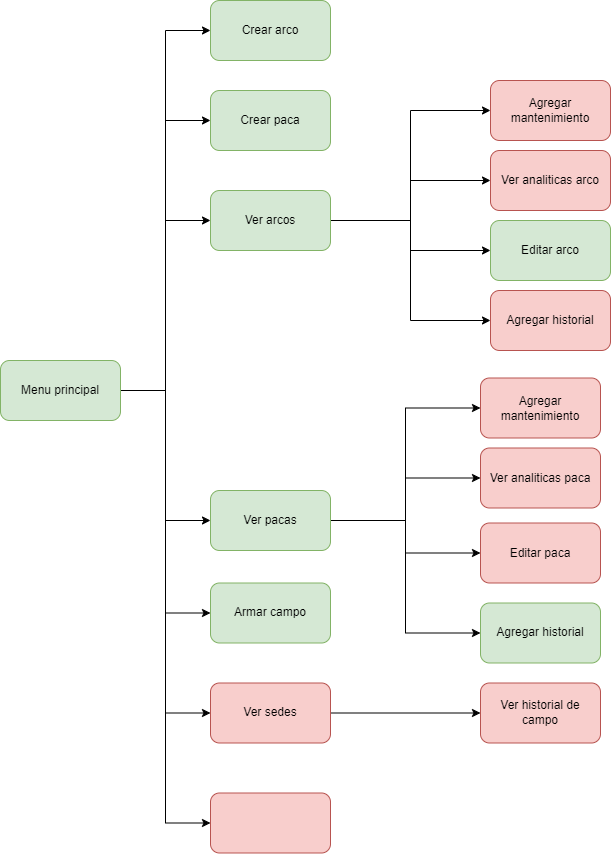
JuanDiegoEcheverryP/Ullises-web keeps this draw.io diagram as dist/ullises-web/assets/pantallas.png. Above is the earlier version. Source tidied: cells renumbered, new cells last; positions are measured from the earlier drawing's top-left corner, leaving out a move shared by most shapes.
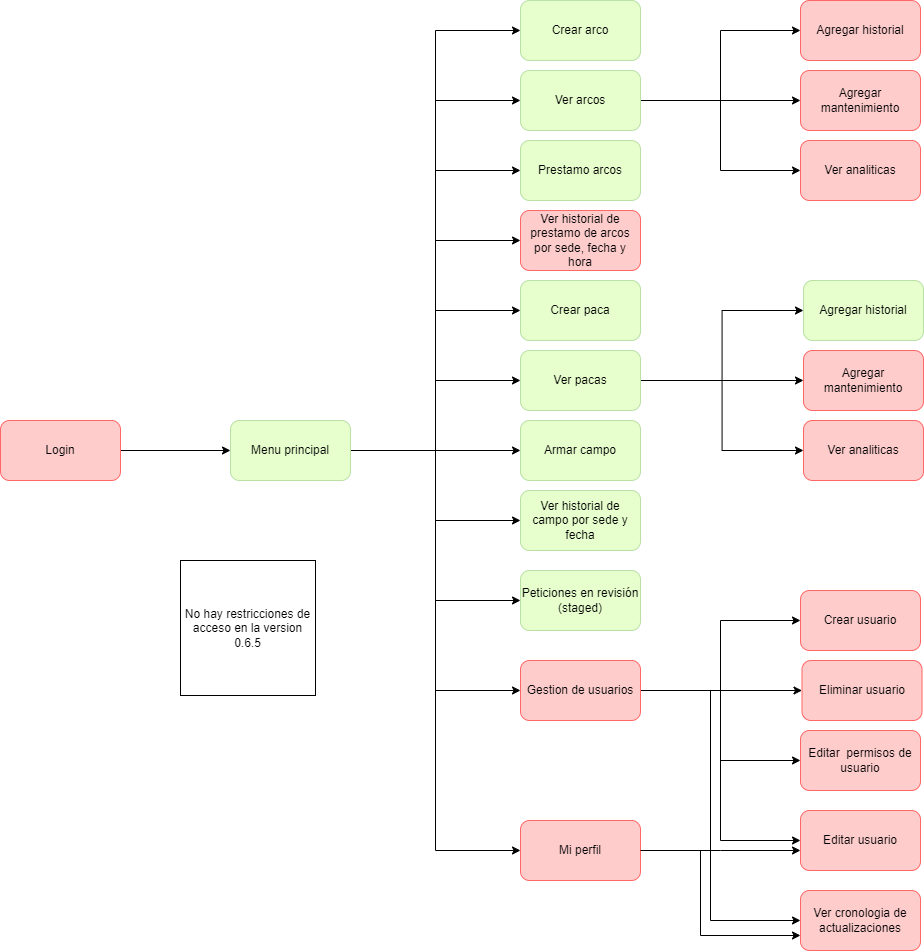
After the change.

Diff of the diagram source:
```diff
@@ -2,104 +2,167 @@
   <root>
     <mxCell id="0" />
     <mxCell id="1" parent="0" />
+    <mxCell id="35" style="edgeStyle=orthogonalEdgeStyle;rounded=0;jettySize=auto;html=1;entryX=0;entryY=0.5;entryDx=0;entryDy=0;" parent="1" edge="1" source="36" target="9">
+      <mxGeometry relative="1" as="geometry" />
+    </mxCell>
+    <mxCell id="36" value="Login" style="rounded=1;whiteSpace=wrap;html=1;fillColor=#FFCCCC;strokeColor=#FF6666;" parent="1" vertex="1">
+      <mxGeometry x="180" y="600" width="120" height="60" as="geometry" />
+    </mxCell>
     <mxCell id="2" style="edgeStyle=orthogonalEdgeStyle;rounded=0;jettySize=auto;html=1;entryX=0;entryY=0.5;entryDx=0;entryDy=0;" parent="1" edge="1" source="9" target="10">
       <mxGeometry relative="1" as="geometry" />
     </mxCell>
     <mxCell id="3" style="edgeStyle=orthogonalEdgeStyle;rounded=0;jettySize=auto;html=1;entryX=0;entryY=0.5;entryDx=0;entryDy=0;" parent="1" edge="1" source="9" target="15">
       <mxGeometry relative="1" as="geometry" />
     </mxCell>
+    <mxCell id="37" style="edgeStyle=orthogonalEdgeStyle;rounded=0;jettySize=auto;html=1;entryX=0;entryY=0.5;entryDx=0;entryDy=0;" parent="1" edge="1" source="9" target="43">
+      <mxGeometry relative="1" as="geometry" />
+    </mxCell>
+    <mxCell id="5" style="edgeStyle=orthogonalEdgeStyle;rounded=0;jettySize=auto;html=1;entryX=0;entryY=0.5;entryDx=0;entryDy=0;" parent="1" edge="1" source="9" target="17">
+      <mxGeometry relative="1" as="geometry" />
+    </mxCell>
     <mxCell id="4" style="edgeStyle=orthogonalEdgeStyle;rounded=0;jettySize=auto;html=1;entryX=0;entryY=0.5;entryDx=0;entryDy=0;" parent="1" edge="1" source="9" target="22">
       <mxGeometry relative="1" as="geometry" />
     </mxCell>
-    <mxCell id="5" style="edgeStyle=orthogonalEdgeStyle;rounded=0;jettySize=auto;html=1;entryX=0;entryY=0.5;entryDx=0;entryDy=0;" parent="1" edge="1" source="9" target="17">
-      <mxGeometry relative="1" as="geometry" />
-    </mxCell>
     <mxCell id="6" style="edgeStyle=orthogonalEdgeStyle;rounded=0;jettySize=auto;html=1;entryX=0;entryY=0.5;entryDx=0;entryDy=0;" parent="1" edge="1" source="9" target="23">
       <mxGeometry relative="1" as="geometry" />
     </mxCell>
-    <mxCell id="7" style="edgeStyle=orthogonalEdgeStyle;rounded=0;jettySize=auto;html=1;entryX=0;entryY=0.5;entryDx=0;entryDy=0;" parent="1" edge="1" source="9" target="28">
-      <mxGeometry relative="1" as="geometry" />
-    </mxCell>
-    <mxCell id="8" style="edgeStyle=orthogonalEdgeStyle;rounded=0;jettySize=auto;html=1;entryX=0;entryY=0.5;entryDx=0;entryDy=0;" parent="1" edge="1" source="9" target="33">
-      <mxGeometry relative="1" as="geometry" />
-    </mxCell>
+    <mxCell id="38" style="edgeStyle=orthogonalEdgeStyle;rounded=0;jettySize=auto;html=1;entryX=0;entryY=0.5;entryDx=0;entryDy=0;" parent="1" edge="1" source="9" target="50">
+      <mxGeometry relative="1" as="geometry" />
+    </mxCell>
+    <mxCell id="39" style="edgeStyle=orthogonalEdgeStyle;rounded=0;jettySize=auto;html=1;entryX=0;entryY=0.5;entryDx=0;entryDy=0;" parent="1" edge="1" source="9" target="51">
+      <mxGeometry relative="1" as="geometry" />
+    </mxCell>
+    <mxCell id="40" style="edgeStyle=orthogonalEdgeStyle;rounded=0;jettySize=auto;html=1;entryX=0;entryY=0.5;entryDx=0;entryDy=0;" parent="1" edge="1" source="9" target="63">
+      <mxGeometry relative="1" as="geometry" />
+    </mxCell>
+    <mxCell id="41" style="edgeStyle=orthogonalEdgeStyle;rounded=0;jettySize=auto;html=1;entryX=0;entryY=0.5;entryDx=0;entryDy=0;" parent="1" edge="1" source="9" target="64">
+      <mxGeometry relative="1" as="geometry" />
+    </mxCell>
+    <mxCell id="42" style="edgeStyle=orthogonalEdgeStyle;rounded=0;jettySize=auto;html=1;entryX=0;entryY=0.5;entryDx=0;entryDy=0;" parent="1" edge="1" source="9" target="70">
+      <mxGeometry relative="1" as="geometry" />
+    </mxCell>
-    <mxCell id="9" value="Menu principal" style="rounded=1;whiteSpace=wrap;html=1;fillColor=#d5e8d4;strokeColor=#82b366;" parent="1" vertex="1">
-      <mxGeometry y="360" width="120" height="60" as="geometry" />
+    <mxCell id="9" value="Menu principal" style="rounded=1;whiteSpace=wrap;html=1;fillColor=#E6FFCC;strokeColor=#B9E0A5;" parent="1" vertex="1">
+      <mxGeometry x="410" y="600" width="120" height="60" as="geometry" />
     </mxCell>
-    <mxCell id="10" value="Crear arco" style="whiteSpace=wrap;html=1;rounded=1;fillColor=#d5e8d4;strokeColor=#82b366;" parent="1" vertex="1">
-      <mxGeometry x="210" width="120" height="60" as="geometry" />
+    <mxCell id="10" value="Crear arco" style="rounded=1;whiteSpace=wrap;html=1;fillColor=#E6FFCC;strokeColor=#B9E0A5;" parent="1" vertex="1">
+      <mxGeometry x="700" y="180" width="120" height="60" as="geometry" />
     </mxCell>
-    <mxCell id="11" style="edgeStyle=orthogonalEdgeStyle;rounded=0;jettySize=auto;html=1;" parent="1" edge="1" source="15" target="16">
-      <mxGeometry relative="1" as="geometry" />
-    </mxCell>
-    <mxCell id="12" style="edgeStyle=orthogonalEdgeStyle;rounded=0;jettySize=auto;html=1;entryX=0;entryY=0.5;entryDx=0;entryDy=0;" parent="1" edge="1" source="15" target="31">
-      <mxGeometry relative="1" as="geometry" />
-    </mxCell>
-    <mxCell id="13" style="edgeStyle=orthogonalEdgeStyle;rounded=0;jettySize=auto;html=1;entryX=0;entryY=0.5;entryDx=0;entryDy=0;" parent="1" edge="1" source="15" target="30">
-      <mxGeometry relative="1" as="geometry" />
-    </mxCell>
-    <mxCell id="14" style="edgeStyle=orthogonalEdgeStyle;rounded=0;jettySize=auto;html=1;entryX=0;entryY=0.5;entryDx=0;entryDy=0;" parent="1" edge="1" source="15" target="29">
-      <mxGeometry relative="1" as="geometry" />
-    </mxCell>
+    <mxCell id="17" value="Crear paca" style="rounded=1;whiteSpace=wrap;html=1;fillColor=#E6FFCC;strokeColor=#B9E0A5;" parent="1" vertex="1">
+      <mxGeometry x="700" y="460" width="120" height="60" as="geometry" />
+    </mxCell>
+    <mxCell id="23" value="Armar campo" style="rounded=1;whiteSpace=wrap;html=1;fillColor=#E6FFCC;strokeColor=#B9E0A5;" parent="1" vertex="1">
+      <mxGeometry x="700" y="600" width="120" height="60" as="geometry" />
+    </mxCell>
+    <mxCell id="43" value="Prestamo arcos" style="rounded=1;whiteSpace=wrap;html=1;fillColor=#E6FFCC;strokeColor=#B9E0A5;" parent="1" vertex="1">
+      <mxGeometry x="700" y="320" width="120" height="60" as="geometry" />
+    </mxCell>
+    <mxCell id="44" style="edgeStyle=orthogonalEdgeStyle;rounded=0;jettySize=auto;html=1;entryX=0;entryY=0.5;entryDx=0;entryDy=0;" parent="1" edge="1" source="15" target="52">
+      <mxGeometry relative="1" as="geometry" />
+    </mxCell>
+    <mxCell id="45" style="edgeStyle=orthogonalEdgeStyle;rounded=0;jettySize=auto;html=1;entryX=0;entryY=0.5;entryDx=0;entryDy=0;" parent="1" edge="1" source="15" target="53">
+      <mxGeometry relative="1" as="geometry" />
+    </mxCell>
+    <mxCell id="46" style="edgeStyle=orthogonalEdgeStyle;rounded=0;jettySize=auto;html=1;entryX=0;entryY=0.5;entryDx=0;entryDy=0;" parent="1" edge="1" source="15" target="54">
+      <mxGeometry relative="1" as="geometry" />
+    </mxCell>
-    <mxCell id="15" value="Ver arcos" style="whiteSpace=wrap;html=1;rounded=1;fillColor=#d5e8d4;strokeColor=#82b366;" parent="1" vertex="1">
-      <mxGeometry x="210" y="190" width="120" height="60" as="geometry" />
+    <mxCell id="15" value="Ver arcos" style="rounded=1;whiteSpace=wrap;html=1;fillColor=#E6FFCC;strokeColor=#B9E0A5;" parent="1" vertex="1">
+      <mxGeometry x="700" y="250" width="120" height="60" as="geometry" />
     </mxCell>
-    <mxCell id="16" value="Editar arco" style="whiteSpace=wrap;html=1;rounded=1;fillColor=#d5e8d4;strokeColor=#82b366;" parent="1" vertex="1">
-      <mxGeometry x="490" y="220" width="120" height="60" as="geometry" />
-    </mxCell>
-    <mxCell id="17" value="Crear paca" style="whiteSpace=wrap;html=1;rounded=1;fillColor=#d5e8d4;strokeColor=#82b366;" parent="1" vertex="1">
-      <mxGeometry x="210" y="90" width="120" height="60" as="geometry" />
-    </mxCell>
-    <mxCell id="18" style="edgeStyle=orthogonalEdgeStyle;rounded=0;jettySize=auto;html=1;" parent="1" edge="1" source="22" target="24">
-      <mxGeometry relative="1" as="geometry" />
-    </mxCell>
-    <mxCell id="19" style="edgeStyle=orthogonalEdgeStyle;rounded=0;jettySize=auto;html=1;entryX=0;entryY=0.5;entryDx=0;entryDy=0;" parent="1" edge="1" source="22" target="25">
-      <mxGeometry relative="1" as="geometry" />
-    </mxCell>
-    <mxCell id="20" style="edgeStyle=orthogonalEdgeStyle;rounded=0;jettySize=auto;html=1;entryX=0;entryY=0.5;entryDx=0;entryDy=0;" parent="1" edge="1" source="22" target="26">
-      <mxGeometry relative="1" as="geometry" />
-    </mxCell>
-    <mxCell id="21" style="edgeStyle=orthogonalEdgeStyle;rounded=0;jettySize=auto;html=1;entryX=0;entryY=0.5;entryDx=0;entryDy=0;" parent="1" edge="1" source="22" target="27">
-      <mxGeometry relative="1" as="geometry" />
-    </mxCell>
+    <mxCell id="47" style="edgeStyle=orthogonalEdgeStyle;rounded=0;jettySize=auto;html=1;entryX=0;entryY=0.5;entryDx=0;entryDy=0;" parent="1" edge="1" source="22" target="55">
+      <mxGeometry relative="1" as="geometry" />
+    </mxCell>
+    <mxCell id="48" style="edgeStyle=orthogonalEdgeStyle;rounded=0;jettySize=auto;html=1;entryX=0;entryY=0.5;entryDx=0;entryDy=0;" parent="1" edge="1" source="22" target="56">
+      <mxGeometry relative="1" as="geometry" />
+    </mxCell>
+    <mxCell id="49" style="edgeStyle=orthogonalEdgeStyle;rounded=0;jettySize=auto;html=1;entryX=0;entryY=0.5;entryDx=0;entryDy=0;" parent="1" edge="1" source="22" target="57">
+      <mxGeometry relative="1" as="geometry" />
+    </mxCell>
-    <mxCell id="22" value="Ver pacas" style="whiteSpace=wrap;html=1;rounded=1;fillColor=#d5e8d4;strokeColor=#82b366;" parent="1" vertex="1">
-      <mxGeometry x="210" y="490" width="120" height="60" as="geometry" />
+    <mxCell id="22" value="Ver pacas" style="rounded=1;whiteSpace=wrap;html=1;fillColor=#E6FFCC;strokeColor=#B9E0A5;" parent="1" vertex="1">
+      <mxGeometry x="700" y="530" width="120" height="60" as="geometry" />
     </mxCell>
-    <mxCell id="23" value="Armar campo" style="whiteSpace=wrap;html=1;rounded=1;fillColor=#d5e8d4;strokeColor=#82b366;" parent="1" vertex="1">
-      <mxGeometry x="210" y="582.5" width="120" height="60" as="geometry" />
-    </mxCell>
-    <mxCell id="24" value="Editar paca" style="whiteSpace=wrap;html=1;rounded=1;fillColor=#f8cecc;strokeColor=#b85450;" parent="1" vertex="1">
-      <mxGeometry x="480" y="522.5" width="120" height="60" as="geometry" />
-    </mxCell>
-    <mxCell id="25" value="Agregar historial" style="whiteSpace=wrap;html=1;rounded=1;fillColor=#d5e8d4;strokeColor=#82b366;" parent="1" vertex="1">
-      <mxGeometry x="480" y="602.5" width="120" height="60" as="geometry" />
-    </mxCell>
-    <mxCell id="26" value="Agregar mantenimiento" style="whiteSpace=wrap;html=1;fillColor=#f8cecc;strokeColor=#b85450;rounded=1;" parent="1" vertex="1">
-      <mxGeometry x="480" y="377.5" width="120" height="60" as="geometry" />
-    </mxCell>
-    <mxCell id="27" value="Ver analiticas paca" style="whiteSpace=wrap;html=1;fillColor=#f8cecc;strokeColor=#b85450;rounded=1;" parent="1" vertex="1">
-      <mxGeometry x="480" y="447.5" width="120" height="60" as="geometry" />
-    </mxCell>
-    <mxCell id="28" style="whiteSpace=wrap;html=1;fillColor=#f8cecc;strokeColor=#b85450;rounded=1;" parent="1" vertex="1">
-      <mxGeometry x="210" y="792.5" width="120" height="60" as="geometry" />
-    </mxCell>
-    <mxCell id="29" value="Agregar mantenimiento" style="whiteSpace=wrap;html=1;fillColor=#f8cecc;strokeColor=#b85450;rounded=1;" parent="1" vertex="1">
-      <mxGeometry x="490" y="80" width="120" height="60" as="geometry" />
-    </mxCell>
-    <mxCell id="30" value="Ver analiticas arco" style="whiteSpace=wrap;html=1;fillColor=#f8cecc;strokeColor=#b85450;rounded=1;" parent="1" vertex="1">
-      <mxGeometry x="490" y="150" width="120" height="60" as="geometry" />
-    </mxCell>
-    <mxCell id="31" value="Agregar historial" style="whiteSpace=wrap;html=1;rounded=1;fillColor=#f8cecc;strokeColor=#b85450;" parent="1" vertex="1">
-      <mxGeometry x="490" y="290" width="120" height="60" as="geometry" />
-    </mxCell>
-    <mxCell id="32" style="edgeStyle=orthogonalEdgeStyle;rounded=0;jettySize=auto;html=1;entryX=0;entryY=0.5;entryDx=0;entryDy=0;" parent="1" edge="1" source="33" target="34">
-      <mxGeometry relative="1" as="geometry" />
-    </mxCell>
-    <mxCell id="33" value="Ver sedes" style="whiteSpace=wrap;html=1;fillColor=#f8cecc;strokeColor=#b85450;rounded=1;" parent="1" vertex="1">
-      <mxGeometry x="210" y="682.5" width="120" height="60" as="geometry" />
-    </mxCell>
-    <mxCell id="34" value="Ver historial de campo" style="whiteSpace=wrap;html=1;fillColor=#f8cecc;strokeColor=#b85450;rounded=1;" parent="1" vertex="1">
-      <mxGeometry x="480" y="682.5" width="120" height="60" as="geometry" />
-    </mxCell>
+    <mxCell id="50" value="Ver historial de campo por sede y fecha" style="rounded=1;whiteSpace=wrap;html=1;fillColor=#E6FFCC;strokeColor=#B9E0A5;" parent="1" vertex="1">
+      <mxGeometry x="700" y="670" width="120" height="60" as="geometry" />
+    </mxCell>
+    <mxCell id="51" value="Peticiones en revisión (staged)" style="rounded=1;whiteSpace=wrap;html=1;fillColor=#E6FFCC;strokeColor=#B9E0A5;" parent="1" vertex="1">
+      <mxGeometry x="700" y="750" width="120" height="60" as="geometry" />
+    </mxCell>
+    <mxCell id="52" value="Agregar historial" style="whiteSpace=wrap;html=1;rounded=1;fillColor=#FFCCCC;strokeColor=#FF6666;" parent="1" vertex="1">
+      <mxGeometry x="980" y="180" width="120" height="60" as="geometry" />
+    </mxCell>
+    <mxCell id="53" value="Agregar mantenimiento" style="whiteSpace=wrap;html=1;rounded=1;fillColor=#FFCCCC;strokeColor=#FF6666;" parent="1" vertex="1">
+      <mxGeometry x="980" y="250" width="120" height="60" as="geometry" />
+    </mxCell>
+    <mxCell id="54" value="Ver analiticas" style="whiteSpace=wrap;html=1;rounded=1;fillColor=#FFCCCC;strokeColor=#FF6666;" parent="1" vertex="1">
+      <mxGeometry x="980" y="320" width="120" height="60" as="geometry" />
+    </mxCell>
+    <mxCell id="55" value="Agregar historial" style="whiteSpace=wrap;html=1;rounded=1;fillColor=#E6FFCC;strokeColor=#B9E0A5;" parent="1" vertex="1">
+      <mxGeometry x="983" y="460" width="120" height="60" as="geometry" />
+    </mxCell>
+    <mxCell id="56" value="Agregar mantenimiento" style="whiteSpace=wrap;html=1;rounded=1;fillColor=#FFCCCC;strokeColor=#FF6666;" parent="1" vertex="1">
+      <mxGeometry x="983" y="530" width="120" height="60" as="geometry" />
+    </mxCell>
+    <mxCell id="57" value="Ver analiticas" style="whiteSpace=wrap;html=1;rounded=1;fillColor=#FFCCCC;strokeColor=#FF6666;" parent="1" vertex="1">
+      <mxGeometry x="983" y="600" width="120" height="60" as="geometry" />
+    </mxCell>
+    <mxCell id="58" style="edgeStyle=orthogonalEdgeStyle;rounded=0;jettySize=auto;html=1;entryX=0;entryY=0.5;entryDx=0;entryDy=0;" parent="1" edge="1" source="63" target="66">
+      <mxGeometry relative="1" as="geometry" />
+    </mxCell>
+    <mxCell id="59" style="edgeStyle=orthogonalEdgeStyle;rounded=0;jettySize=auto;html=1;entryX=0;entryY=0.5;entryDx=0;entryDy=0;" parent="1" edge="1" source="63" target="67">
+      <mxGeometry relative="1" as="geometry" />
+    </mxCell>
+    <mxCell id="60" style="edgeStyle=orthogonalEdgeStyle;rounded=0;jettySize=auto;html=1;entryX=0;entryY=0.5;entryDx=0;entryDy=0;" parent="1" edge="1" source="63" target="68">
+      <mxGeometry relative="1" as="geometry" />
+    </mxCell>
+    <mxCell id="61" style="edgeStyle=orthogonalEdgeStyle;rounded=0;jettySize=auto;html=1;entryX=0;entryY=0.5;entryDx=0;entryDy=0;" parent="1" edge="1" source="63" target="71">
+      <mxGeometry relative="1" as="geometry" />
+    </mxCell>
+    <mxCell id="62" style="edgeStyle=orthogonalEdgeStyle;rounded=0;jettySize=auto;html=1;entryX=0;entryY=0.5;entryDx=0;entryDy=0;" parent="1" edge="1" source="63" target="73">
+      <mxGeometry relative="1" as="geometry">
+        <Array as="points">
+          <mxPoint x="890" y="870" />
+          <mxPoint x="890" y="1100" />
+        </Array>
+      </mxGeometry>
+    </mxCell>
+    <mxCell id="63" value="Gestion de usuarios" style="rounded=1;whiteSpace=wrap;html=1;fillColor=#FFCCCC;strokeColor=#FF6666;" parent="1" vertex="1">
+      <mxGeometry x="700" y="840" width="120" height="60" as="geometry" />
+    </mxCell>
+    <mxCell id="64" value="Ver historial de prestamo de arcos por sede, fecha y hora" style="whiteSpace=wrap;html=1;rounded=1;fillColor=#FFCCCC;strokeColor=#FF6666;" parent="1" vertex="1">
+      <mxGeometry x="700" y="390" width="120" height="60" as="geometry" />
+    </mxCell>
+    <mxCell id="65" value="No hay restricciones de acceso en la version 0.6.5" style="whiteSpace=wrap;html=1;" parent="1" vertex="1">
+      <mxGeometry x="360" y="740" width="135" height="135" as="geometry" />
+    </mxCell>
+    <mxCell id="66" value="Crear usuario" style="whiteSpace=wrap;html=1;rounded=1;fillColor=#FFCCCC;strokeColor=#FF6666;" parent="1" vertex="1">
+      <mxGeometry x="980" y="770" width="120" height="60" as="geometry" />
+    </mxCell>
+    <mxCell id="67" value="Editar usuario" style="whiteSpace=wrap;html=1;rounded=1;fillColor=#FFCCCC;strokeColor=#FF6666;" parent="1" vertex="1">
+      <mxGeometry x="980" y="990" width="120" height="60" as="geometry" />
+    </mxCell>
+    <mxCell id="68" value="Eliminar usuario" style="whiteSpace=wrap;html=1;rounded=1;fillColor=#FFCCCC;strokeColor=#FF6666;" parent="1" vertex="1">
+      <mxGeometry x="981.5" y="840" width="120" height="60" as="geometry" />
+    </mxCell>
+    <mxCell id="69" style="edgeStyle=orthogonalEdgeStyle;rounded=0;jettySize=auto;html=1;entryX=0;entryY=0.75;entryDx=0;entryDy=0;" parent="1" edge="1" source="70" target="73">
+      <mxGeometry relative="1" as="geometry">
+        <Array as="points">
+          <mxPoint x="880" y="1030" />
+          <mxPoint x="880" y="1115" />
+        </Array>
+      </mxGeometry>
+    </mxCell>
+    <mxCell id="70" value="Mi perfil" style="rounded=1;whiteSpace=wrap;html=1;fillColor=#FFCCCC;strokeColor=#FF6666;" parent="1" vertex="1">
+      <mxGeometry x="700" y="1000" width="120" height="60" as="geometry" />
+    </mxCell>
+    <mxCell id="71" value="Editar&amp;nbsp; permisos de usuario" style="whiteSpace=wrap;html=1;rounded=1;fillColor=#FFCCCC;strokeColor=#FF6666;" parent="1" vertex="1">
+      <mxGeometry x="980" y="910" width="120" height="60" as="geometry" />
+    </mxCell>
+    <mxCell id="72" style="edgeStyle=orthogonalEdgeStyle;rounded=0;jettySize=auto;html=1;" parent="1" edge="1" source="70">
+      <mxGeometry relative="1" as="geometry">
+        <mxPoint x="980" y="1030" as="targetPoint" />
+      </mxGeometry>
+    </mxCell>
+    <mxCell id="73" value="Ver cronologia de actualizaciones" style="whiteSpace=wrap;html=1;fillColor=#FFCCCC;strokeColor=#FF6666;rounded=1;" parent="1" vertex="1">
+      <mxGeometry x="980" y="1070" width="120" height="60" as="geometry" />
+    </mxCell>
   </root>
 </mxGraphModel>
```
